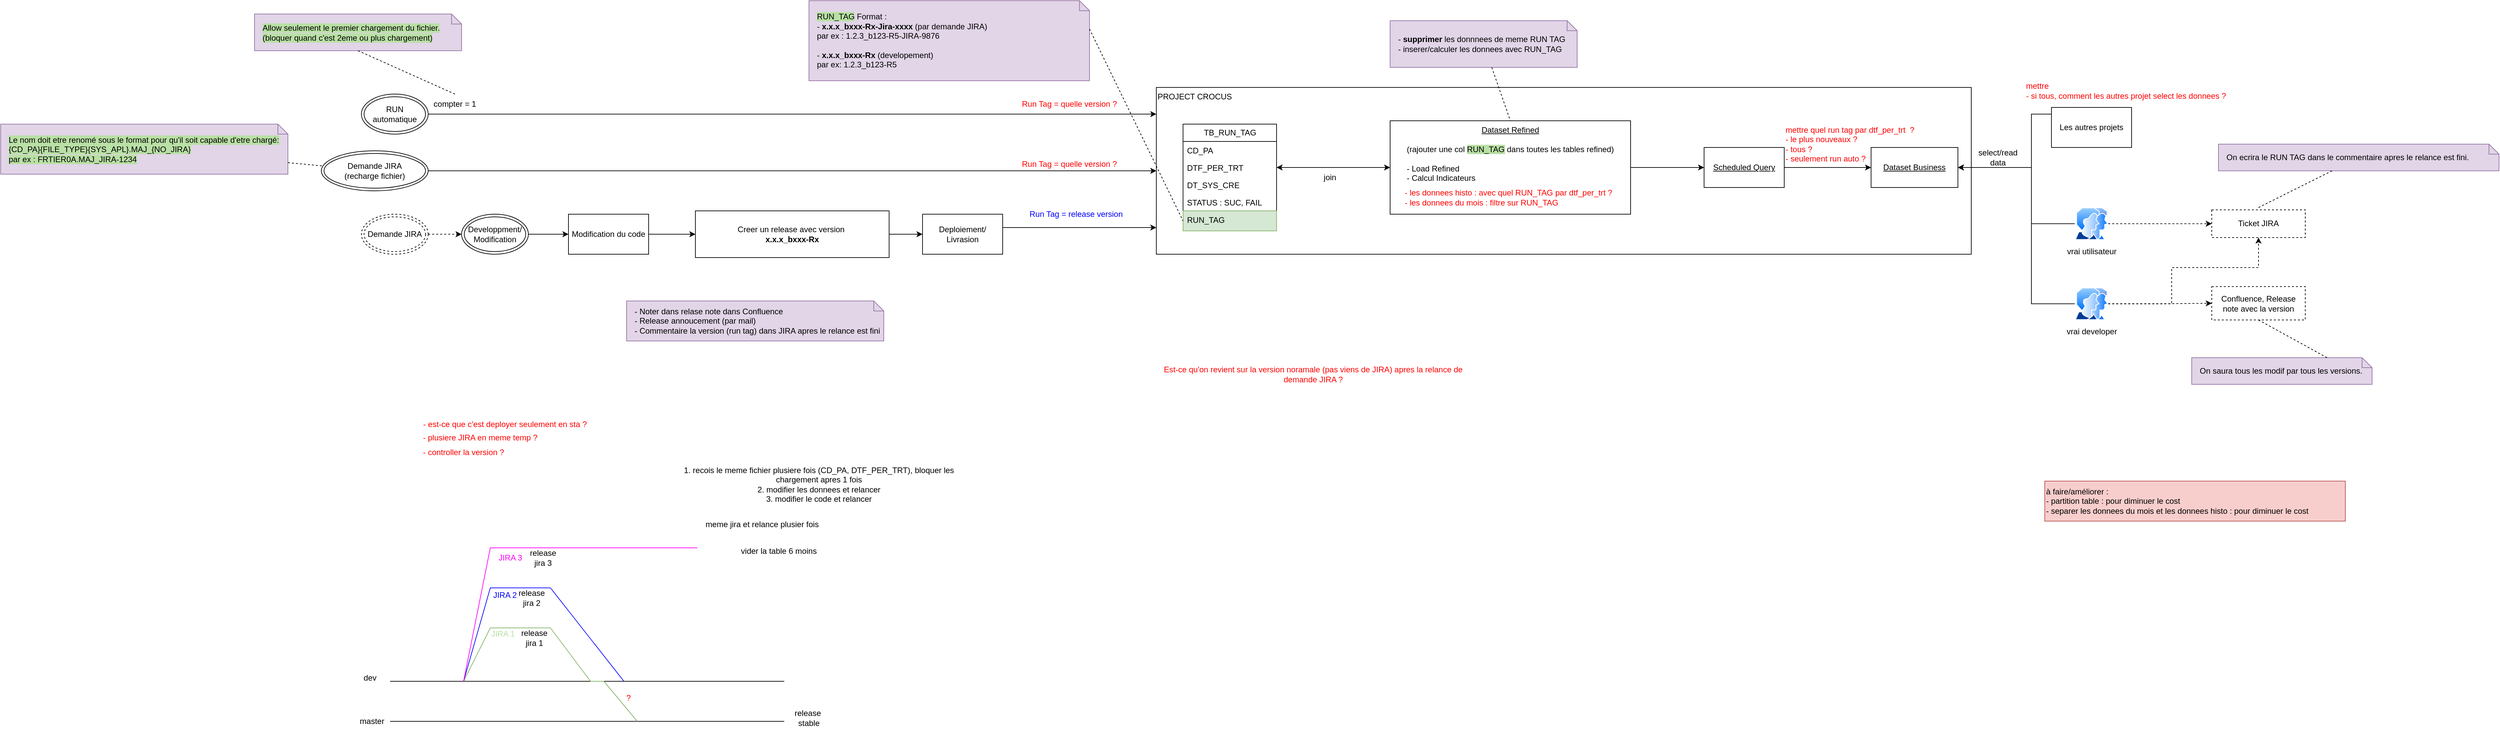
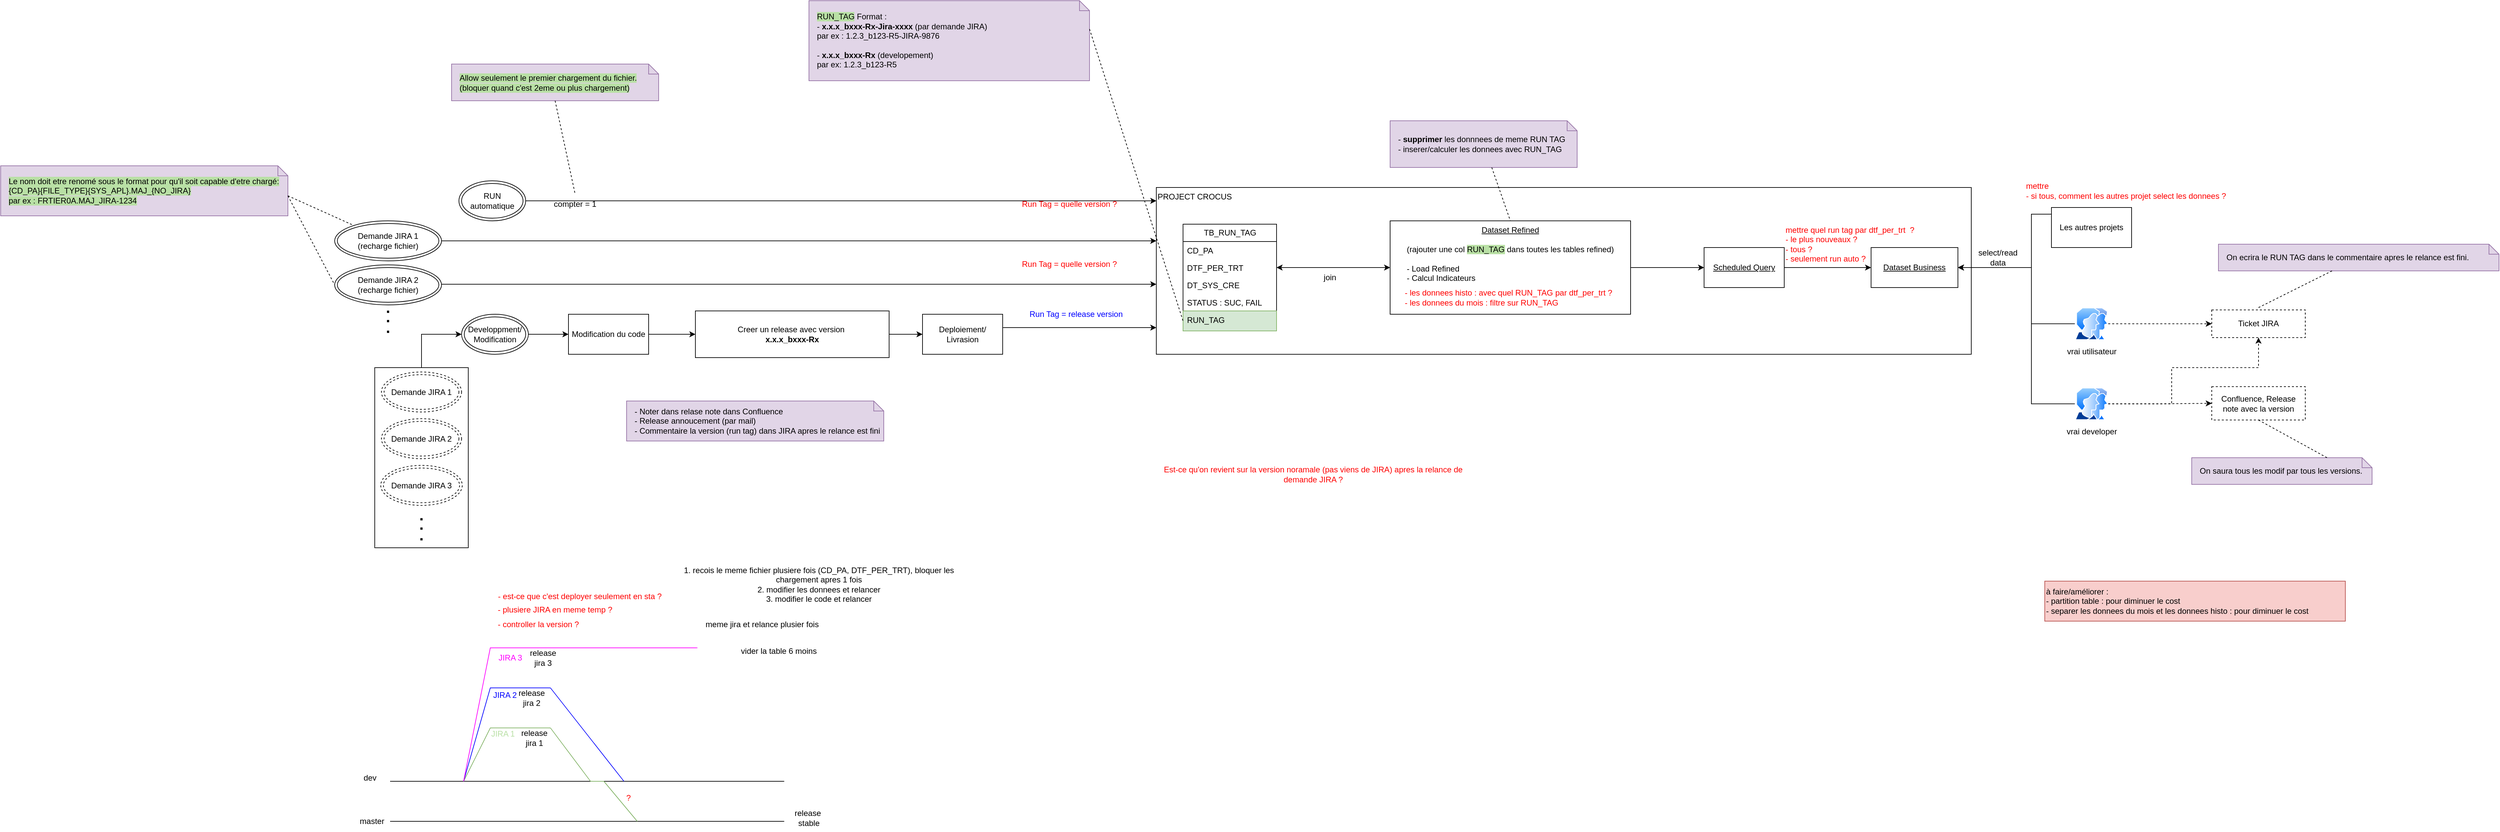
<mxfile host="app.diagrams.net">
  <diagram name="Page-1" id="bEAYSmEDHXBXhFzCy1HB">
-     <mxGraphModel dx="3060" dy="780" grid="1" gridSize="10" guides="1" tooltips="1" connect="1" arrows="1" fold="1" page="1" pageScale="1" pageWidth="827" pageHeight="1169" math="0" shadow="0">
+     <mxGraphModel dx="3308" dy="2087" grid="1" gridSize="10" guides="1" tooltips="1" connect="1" arrows="1" fold="1" page="1" pageScale="1" pageWidth="827" pageHeight="1169" math="0" shadow="0">
      <root>
        <mxCell id="0" />
        <mxCell id="1" parent="0" />
+         <mxCell id="cKu8MT6L8Fp_BZaxLZj7-22" edge="1" parent="1" source="cKu8MT6L8Fp_BZaxLZj7-16" style="edgeStyle=orthogonalEdgeStyle;rounded=0;orthogonalLoop=1;jettySize=auto;html=1;entryX=0;entryY=0.5;entryDx=0;entryDy=0;" target="QUzsFoNl6aFI_2ed8XXq-33">
+           <mxGeometry relative="1" as="geometry" />
+         </mxCell>
+         <mxCell id="cKu8MT6L8Fp_BZaxLZj7-16" parent="1" style="rounded=0;whiteSpace=wrap;html=1;" value="" vertex="1">
+           <mxGeometry height="270" width="140" x="-790" y="410" as="geometry" />
+         </mxCell>
        <mxCell id="QUzsFoNl6aFI_2ed8XXq-13" parent="1" style="rounded=0;whiteSpace=wrap;html=1;align=left;verticalAlign=top;" value="PROJECT CROCUS" vertex="1">
          <mxGeometry height="250" width="1220" x="380" y="140" as="geometry" />
        </mxCell>
        <mxCell id="QUzsFoNl6aFI_2ed8XXq-1" parent="1" style="swimlane;fontStyle=0;childLayout=stackLayout;horizontal=1;startSize=26;fillColor=none;horizontalStack=0;resizeParent=1;resizeParentMax=0;resizeLast=0;collapsible=1;marginBottom=0;html=1;" value="TB_RUN_TAG" vertex="1">
          <mxGeometry height="160" width="140" x="420" y="195" as="geometry" />
        </mxCell>
        <mxCell id="QUzsFoNl6aFI_2ed8XXq-2" parent="QUzsFoNl6aFI_2ed8XXq-1" style="text;strokeColor=none;fillColor=none;align=left;verticalAlign=top;spacingLeft=4;spacingRight=4;overflow=hidden;rotatable=0;points=[[0,0.5],[1,0.5]];portConstraint=eastwest;whiteSpace=wrap;html=1;" value="CD_PA" vertex="1">
          <mxGeometry height="26" width="140" y="26" as="geometry" />
        </mxCell>
        <mxCell id="QUzsFoNl6aFI_2ed8XXq-3" parent="QUzsFoNl6aFI_2ed8XXq-1" style="text;strokeColor=none;fillColor=none;align=left;verticalAlign=top;spacingLeft=4;spacingRight=4;overflow=hidden;rotatable=0;points=[[0,0.5],[1,0.5]];portConstraint=eastwest;whiteSpace=wrap;html=1;" value="DTF_PER_TRT" vertex="1">
          <mxGeometry height="26" width="140" y="52" as="geometry" />
        </mxCell>
        <mxCell id="QUzsFoNl6aFI_2ed8XXq-4" parent="QUzsFoNl6aFI_2ed8XXq-1" style="text;strokeColor=none;fillColor=none;align=left;verticalAlign=top;spacingLeft=4;spacingRight=4;overflow=hidden;rotatable=0;points=[[0,0.5],[1,0.5]];portConstraint=eastwest;whiteSpace=wrap;html=1;" value="DT_SYS_CRE" vertex="1">
          <mxGeometry height="26" width="140" y="78" as="geometry" />
        </mxCell>
        <mxCell id="QUzsFoNl6aFI_2ed8XXq-105" parent="QUzsFoNl6aFI_2ed8XXq-1" style="text;strokeColor=none;fillColor=none;align=left;verticalAlign=top;spacingLeft=4;spacingRight=4;overflow=hidden;rotatable=0;points=[[0,0.5],[1,0.5]];portConstraint=eastwest;whiteSpace=wrap;html=1;" value="STATUS : SUC, FAIL" vertex="1">
          <mxGeometry height="26" width="140" y="104" as="geometry" />
        </mxCell>
        <mxCell id="QUzsFoNl6aFI_2ed8XXq-5" parent="QUzsFoNl6aFI_2ed8XXq-1" style="text;strokeColor=#82b366;fillColor=#d5e8d4;align=left;verticalAlign=top;spacingLeft=4;spacingRight=4;overflow=hidden;rotatable=0;points=[[0,0.5],[1,0.5]];portConstraint=eastwest;whiteSpace=wrap;html=1;" value="RUN_TAG" vertex="1">
          <mxGeometry height="30" width="140" y="130" as="geometry" />
        </mxCell>
        <mxCell id="QUzsFoNl6aFI_2ed8XXq-7" parent="1" style="shape=note;size=15;align=left;spacingLeft=10;html=1;whiteSpace=wrap;fillColor=#e1d5e7;strokeColor=#9673a6;" value="&lt;span style=&quot;background-color: rgb(185, 224, 165);&quot;&gt;RUN_TAG&lt;/span&gt; Format :&amp;nbsp;&lt;div&gt;- &lt;b&gt;x.x.x_bxxx-Rx-Jira-xxxx&lt;/b&gt; (par demande JIRA)&amp;nbsp;&lt;/div&gt;&lt;div&gt;par ex : 1.2.3_b123-R5-JIRA-9876&lt;/div&gt;&lt;div&gt;&lt;br&gt;&lt;/div&gt;&lt;div&gt;-&lt;b&gt; x.x.x_bxxx-Rx&lt;/b&gt; (developement)&lt;/div&gt;&lt;div&gt;&lt;span style=&quot;background-color: transparent; color: light-dark(rgb(0, 0, 0), rgb(255, 255, 255));&quot;&gt;par ex: 1.2.3_b123-R5&lt;/span&gt;&lt;/div&gt;" vertex="1">
-           <mxGeometry height="120" width="420" x="-140" y="10" as="geometry" />
+           <mxGeometry height="120" width="420" x="-140" y="-140" as="geometry" />
        </mxCell>
        <mxCell id="QUzsFoNl6aFI_2ed8XXq-8" edge="1" parent="1" source="QUzsFoNl6aFI_2ed8XXq-7" style="edgeStyle=none;endArrow=none;exitX=0;exitY=0;dashed=1;html=1;rounded=0;entryX=0;entryY=0.5;entryDx=0;entryDy=0;exitDx=420;exitDy=42.5;exitPerimeter=0;" target="QUzsFoNl6aFI_2ed8XXq-5" value="">
          <mxGeometry relative="1" x="1" as="geometry">
            <mxPoint x="590" y="660" as="targetPoint" />
          </mxGeometry>
        </mxCell>
        <mxCell id="QUzsFoNl6aFI_2ed8XXq-10" parent="1" style="rounded=0;whiteSpace=wrap;html=1;dashed=1;" value="Confluence, Release note avec la v&lt;span style=&quot;background-color: transparent; color: light-dark(rgb(0, 0, 0), rgb(255, 255, 255));&quot;&gt;ersion&lt;/span&gt;" vertex="1">
          <mxGeometry height="50" width="140" x="1960" y="438.5" as="geometry" />
        </mxCell>
        <mxCell id="QUzsFoNl6aFI_2ed8XXq-11" parent="1" style="rounded=0;whiteSpace=wrap;html=1;dashed=1;" value="Ticket JIRA" vertex="1">
          <mxGeometry height="41.5" width="140" x="1960" y="323.5" as="geometry" />
        </mxCell>
        <mxCell id="QUzsFoNl6aFI_2ed8XXq-42" edge="1" parent="1" source="QUzsFoNl6aFI_2ed8XXq-12" style="edgeStyle=orthogonalEdgeStyle;rounded=0;orthogonalLoop=1;jettySize=auto;html=1;entryX=1;entryY=0.5;entryDx=0;entryDy=0;startArrow=classic;startFill=1;" target="QUzsFoNl6aFI_2ed8XXq-3">
          <mxGeometry relative="1" as="geometry" />
        </mxCell>
        <mxCell id="QUzsFoNl6aFI_2ed8XXq-50" edge="1" parent="1" source="QUzsFoNl6aFI_2ed8XXq-12" style="edgeStyle=orthogonalEdgeStyle;rounded=0;orthogonalLoop=1;jettySize=auto;html=1;" target="QUzsFoNl6aFI_2ed8XXq-46">
          <mxGeometry relative="1" as="geometry">
            <Array as="points" />
          </mxGeometry>
        </mxCell>
        <mxCell id="QUzsFoNl6aFI_2ed8XXq-12" parent="1" style="rounded=0;whiteSpace=wrap;html=1;verticalAlign=top;" value="&lt;u&gt;Dataset Refined&lt;/u&gt;&lt;div&gt;&lt;u&gt;&lt;br&gt;&lt;/u&gt;&lt;div&gt;(rajouter une col &lt;span style=&quot;background-color: rgb(185, 224, 165);&quot;&gt;RUN_TAG&lt;/span&gt;&lt;span&gt; &lt;/span&gt;dans toutes les tables refined)&lt;/div&gt;&lt;div&gt;&lt;br&gt;&lt;/div&gt;&lt;div style=&quot;text-align: left;&quot;&gt;- Load Refined&amp;nbsp; &amp;nbsp; &amp;nbsp; &amp;nbsp;&lt;/div&gt;&lt;div style=&quot;text-align: left;&quot;&gt;- Calcul Indicateurs&lt;/div&gt;&lt;/div&gt;" vertex="1">
          <mxGeometry height="140" width="360" x="730" y="190" as="geometry" />
        </mxCell>
        <mxCell id="QUzsFoNl6aFI_2ed8XXq-27" edge="1" parent="1" source="QUzsFoNl6aFI_2ed8XXq-33" style="edgeStyle=orthogonalEdgeStyle;rounded=0;orthogonalLoop=1;jettySize=auto;html=1;entryX=0;entryY=0.5;entryDx=0;entryDy=0;" target="QUzsFoNl6aFI_2ed8XXq-23">
          <mxGeometry relative="1" as="geometry">
            <mxPoint x="-740" y="175" as="sourcePoint" />
          </mxGeometry>
        </mxCell>
        <mxCell id="QUzsFoNl6aFI_2ed8XXq-19" parent="1" style="text;html=1;whiteSpace=wrap;strokeColor=none;fillColor=none;align=center;verticalAlign=middle;rounded=0;fontColor=#0000FF;" value="&lt;font style=&quot;color: rgb(255, 0, 0);&quot;&gt;Run Tag = quelle version ?&lt;/font&gt;" vertex="1">
          <mxGeometry height="30" width="200" x="150" y="240" as="geometry" />
        </mxCell>
        <mxCell id="QUzsFoNl6aFI_2ed8XXq-28" edge="1" parent="1" source="QUzsFoNl6aFI_2ed8XXq-23" style="edgeStyle=orthogonalEdgeStyle;rounded=0;orthogonalLoop=1;jettySize=auto;html=1;" target="QUzsFoNl6aFI_2ed8XXq-25">
          <mxGeometry relative="1" as="geometry" />
        </mxCell>
        <mxCell id="QUzsFoNl6aFI_2ed8XXq-23" parent="1" style="rounded=0;whiteSpace=wrap;html=1;" value="Modification du code" vertex="1">
          <mxGeometry height="60" width="120" x="-500" y="330" as="geometry" />
        </mxCell>
        <mxCell id="QUzsFoNl6aFI_2ed8XXq-31" edge="1" parent="1" source="QUzsFoNl6aFI_2ed8XXq-24" style="edgeStyle=orthogonalEdgeStyle;rounded=0;orthogonalLoop=1;jettySize=auto;html=1;" target="QUzsFoNl6aFI_2ed8XXq-13">
          <mxGeometry relative="1" as="geometry">
            <Array as="points">
              <mxPoint x="230" y="350" />
              <mxPoint x="230" y="350" />
            </Array>
          </mxGeometry>
        </mxCell>
        <mxCell id="QUzsFoNl6aFI_2ed8XXq-24" parent="1" style="rounded=0;whiteSpace=wrap;html=1;" value="Deploiement/ Livrasion" vertex="1">
          <mxGeometry height="60" width="120" x="30" y="330" as="geometry" />
        </mxCell>
        <mxCell id="QUzsFoNl6aFI_2ed8XXq-30" edge="1" parent="1" source="QUzsFoNl6aFI_2ed8XXq-25" style="edgeStyle=orthogonalEdgeStyle;rounded=0;orthogonalLoop=1;jettySize=auto;html=1;entryX=0;entryY=0.5;entryDx=0;entryDy=0;" target="QUzsFoNl6aFI_2ed8XXq-24">
          <mxGeometry relative="1" as="geometry" />
        </mxCell>
        <mxCell id="QUzsFoNl6aFI_2ed8XXq-25" parent="1" style="rounded=0;whiteSpace=wrap;html=1;" value="Creer un release avec version&amp;nbsp;&lt;div&gt;&lt;span style=&quot;text-align: left;&quot;&gt;&lt;b&gt;x.x.x_bxxx-Rx&lt;/b&gt;&lt;/span&gt;&lt;/div&gt;" vertex="1">
          <mxGeometry height="70" width="290" x="-310" y="325" as="geometry" />
        </mxCell>
        <mxCell id="QUzsFoNl6aFI_2ed8XXq-33" parent="1" style="ellipse;shape=doubleEllipse;whiteSpace=wrap;html=1;" value="Developpment/&lt;div&gt;Modification&lt;/div&gt;" vertex="1">
          <mxGeometry height="60" width="100" x="-660" y="330" as="geometry" />
        </mxCell>
-         <mxCell id="cKu8MT6L8Fp_BZaxLZj7-5" edge="1" parent="1" source="QUzsFoNl6aFI_2ed8XXq-34" style="edgeStyle=orthogonalEdgeStyle;rounded=0;orthogonalLoop=1;jettySize=auto;html=1;" target="QUzsFoNl6aFI_2ed8XXq-13">
-           <mxGeometry relative="1" as="geometry">
-             <Array as="points">
-               <mxPoint x="-190" y="265" />
-               <mxPoint x="-190" y="265" />
-             </Array>
-           </mxGeometry>
-         </mxCell>
-         <mxCell id="QUzsFoNl6aFI_2ed8XXq-34" parent="1" style="ellipse;shape=doubleEllipse;whiteSpace=wrap;html=1;" value="Demande JIRA&lt;div&gt;(recharge fichier)&lt;/div&gt;" vertex="1">
-           <mxGeometry height="60" width="160" x="-870" y="235" as="geometry" />
-         </mxCell>
-         <mxCell id="QUzsFoNl6aFI_2ed8XXq-36" edge="1" parent="1" source="QUzsFoNl6aFI_2ed8XXq-35" style="edgeStyle=orthogonalEdgeStyle;rounded=0;orthogonalLoop=1;jettySize=auto;html=1;" target="QUzsFoNl6aFI_2ed8XXq-13">
-           <mxGeometry relative="1" as="geometry">
-             <Array as="points">
-               <mxPoint x="110" y="180" />
-               <mxPoint x="110" y="180" />
-             </Array>
+         <mxCell id="cKu8MT6L8Fp_BZaxLZj7-5" edge="1" parent="1" style="edgeStyle=orthogonalEdgeStyle;rounded=0;orthogonalLoop=1;jettySize=auto;html=1;">
+           <mxGeometry relative="1" as="geometry">
+             <Array as="points">
+               <mxPoint x="-470" y="285" />
+               <mxPoint x="-470" y="285" />
+             </Array>
+             <mxPoint x="-690.0000000000005" y="285" as="sourcePoint" />
+             <mxPoint x="380" y="285" as="targetPoint" />
+           </mxGeometry>
+         </mxCell>
+         <mxCell id="QUzsFoNl6aFI_2ed8XXq-34" parent="1" style="ellipse;shape=doubleEllipse;whiteSpace=wrap;html=1;" value="Demande JIRA 2&lt;div&gt;(recharge fichier)&lt;/div&gt;" vertex="1">
+           <mxGeometry height="60" width="160" x="-850" y="256" as="geometry" />
+         </mxCell>
+         <mxCell id="QUzsFoNl6aFI_2ed8XXq-36" edge="1" parent="1" source="QUzsFoNl6aFI_2ed8XXq-35" style="edgeStyle=orthogonalEdgeStyle;rounded=0;orthogonalLoop=1;jettySize=auto;html=1;">
+           <mxGeometry relative="1" as="geometry">
+             <Array as="points">
+               <mxPoint x="110" y="160" />
+               <mxPoint x="110" y="160" />
+             </Array>
+             <mxPoint x="380" y="160.0588235294117" as="targetPoint" />
          </mxGeometry>
        </mxCell>
        <mxCell id="QUzsFoNl6aFI_2ed8XXq-35" parent="1" style="ellipse;shape=doubleEllipse;whiteSpace=wrap;html=1;" value="RUN automatique" vertex="1">
-           <mxGeometry height="60" width="100" x="-810" y="150" as="geometry" />
+           <mxGeometry height="60" width="100" x="-664" y="130" as="geometry" />
        </mxCell>
        <mxCell id="QUzsFoNl6aFI_2ed8XXq-37" parent="1" style="text;html=1;whiteSpace=wrap;strokeColor=none;fillColor=none;align=center;verticalAlign=middle;rounded=0;fontColor=#0000FF;" value="Run Tag = release version" vertex="1">
          <mxGeometry height="30" width="200" x="160" y="315" as="geometry" />
        </mxCell>
        <mxCell id="QUzsFoNl6aFI_2ed8XXq-38" parent="1" style="shape=note;size=15;align=left;spacingLeft=10;html=1;whiteSpace=wrap;fillColor=#e1d5e7;strokeColor=#9673a6;" value="- Noter dans relase note dans Confluence&lt;div&gt;- Release annoucement (par mail)&lt;/div&gt;&lt;div&gt;- Commentaire la version (run tag) dans JIRA apres le relance est fini&lt;/div&gt;" vertex="1">
          <mxGeometry height="60" width="385" x="-413" y="460" as="geometry" />
        </mxCell>
        <mxCell id="QUzsFoNl6aFI_2ed8XXq-40" parent="1" style="shape=note;size=15;align=left;spacingLeft=10;html=1;whiteSpace=wrap;fillColor=#e1d5e7;strokeColor=#9673a6;" value="- &lt;b&gt;supprimer &lt;/b&gt;les donnnees de meme RUN TAG&lt;div&gt;- inserer/calculer les donnees avec RUN_TAG&lt;/div&gt;" vertex="1">
          <mxGeometry height="70" width="280" x="730" y="40" as="geometry" />
        </mxCell>
        <mxCell id="QUzsFoNl6aFI_2ed8XXq-41" edge="1" parent="1" source="QUzsFoNl6aFI_2ed8XXq-40" style="edgeStyle=none;endArrow=none;dashed=1;html=1;rounded=0;entryX=0.5;entryY=0;entryDx=0;entryDy=0;" target="QUzsFoNl6aFI_2ed8XXq-12" value="">
          <mxGeometry relative="1" x="1" as="geometry">
            <mxPoint x="720" y="650" as="sourcePoint" />
            <mxPoint x="772" y="500" as="targetPoint" />
          </mxGeometry>
        </mxCell>
        <mxCell id="QUzsFoNl6aFI_2ed8XXq-43" parent="1" style="text;html=1;whiteSpace=wrap;strokeColor=none;fillColor=none;align=left;verticalAlign=middle;rounded=0;" value="&lt;font style=&quot;color: rgb(255, 0, 0);&quot;&gt;- les donnees histo : avec quel RUN_TAG par dtf_per_trt ?&lt;/font&gt;&lt;div&gt;&lt;font style=&quot;color: rgb(255, 0, 0);&quot;&gt;- les donnees du mois : f&lt;/font&gt;&lt;span style=&quot;color: light-dark(rgb(255, 0, 0), rgb(255, 144, 144)); background-color: transparent;&quot;&gt;iltre sur RUN_TAG&lt;/span&gt;&lt;/div&gt;" vertex="1">
          <mxGeometry height="30" width="330" x="750" y="290" as="geometry" />
        </mxCell>
        <mxCell id="QUzsFoNl6aFI_2ed8XXq-45" parent="1" style="rounded=0;whiteSpace=wrap;html=1;" value="&lt;u&gt;Dataset Business&lt;/u&gt;" vertex="1">
          <mxGeometry height="60" width="130" x="1450" y="230" as="geometry" />
        </mxCell>
        <mxCell id="QUzsFoNl6aFI_2ed8XXq-48" edge="1" parent="1" source="QUzsFoNl6aFI_2ed8XXq-46" style="edgeStyle=orthogonalEdgeStyle;rounded=0;orthogonalLoop=1;jettySize=auto;html=1;" target="QUzsFoNl6aFI_2ed8XXq-45">
          <mxGeometry relative="1" as="geometry" />
        </mxCell>
        <mxCell id="QUzsFoNl6aFI_2ed8XXq-46" parent="1" style="rounded=0;whiteSpace=wrap;html=1;" value="&lt;u&gt;Scheduled Query&lt;/u&gt;" vertex="1">
          <mxGeometry height="60" width="120" x="1200" y="230" as="geometry" />
        </mxCell>
        <mxCell id="QUzsFoNl6aFI_2ed8XXq-51" parent="1" style="text;html=1;whiteSpace=wrap;strokeColor=none;fillColor=none;align=left;verticalAlign=middle;rounded=0;fontColor=#FF0000;" value="mettre quel run tag par dtf_per_trt&amp;nbsp;&amp;nbsp;?&amp;nbsp;&lt;div&gt;- le plus nouveaux ?&lt;/div&gt;&lt;div&gt;- tous ?&lt;/div&gt;&lt;div&gt;- seulement run auto ?&lt;/div&gt;" vertex="1">
          <mxGeometry height="30" width="370" x="1320" y="210" as="geometry" />
        </mxCell>
        <mxCell id="QUzsFoNl6aFI_2ed8XXq-59" edge="1" parent="1" source="QUzsFoNl6aFI_2ed8XXq-52" style="edgeStyle=orthogonalEdgeStyle;rounded=0;orthogonalLoop=1;jettySize=auto;html=1;entryX=1;entryY=0.5;entryDx=0;entryDy=0;" target="QUzsFoNl6aFI_2ed8XXq-45">
          <mxGeometry relative="1" as="geometry">
            <Array as="points">
              <mxPoint x="1690" y="180" />
              <mxPoint x="1690" y="260" />
            </Array>
          </mxGeometry>
        </mxCell>
        <mxCell id="QUzsFoNl6aFI_2ed8XXq-52" parent="1" style="rounded=0;whiteSpace=wrap;html=1;" value="Les autres projets" vertex="1">
          <mxGeometry height="60" width="120" x="1720" y="170" as="geometry" />
        </mxCell>
        <mxCell id="QUzsFoNl6aFI_2ed8XXq-58" edge="1" parent="1" source="QUzsFoNl6aFI_2ed8XXq-57" style="edgeStyle=orthogonalEdgeStyle;rounded=0;orthogonalLoop=1;jettySize=auto;html=1;entryX=1;entryY=0.5;entryDx=0;entryDy=0;" target="QUzsFoNl6aFI_2ed8XXq-45">
          <mxGeometry relative="1" as="geometry">
            <Array as="points">
              <mxPoint x="1690" y="344" />
              <mxPoint x="1690" y="260" />
            </Array>
          </mxGeometry>
        </mxCell>
        <mxCell id="QUzsFoNl6aFI_2ed8XXq-65" edge="1" parent="1" source="QUzsFoNl6aFI_2ed8XXq-57" style="edgeStyle=orthogonalEdgeStyle;rounded=0;orthogonalLoop=1;jettySize=auto;html=1;dashed=1;" target="QUzsFoNl6aFI_2ed8XXq-11">
          <mxGeometry relative="1" as="geometry" />
        </mxCell>
        <mxCell id="QUzsFoNl6aFI_2ed8XXq-57" parent="1" style="image;aspect=fixed;perimeter=ellipsePerimeter;html=1;align=center;shadow=0;dashed=0;spacingTop=3;image=img/lib/active_directory/user_accounts.svg;" value="vrai utilisateur" vertex="1">
          <mxGeometry height="48.5" width="50" x="1755" y="320" as="geometry" />
        </mxCell>
        <mxCell id="QUzsFoNl6aFI_2ed8XXq-60" parent="1" style="text;html=1;whiteSpace=wrap;strokeColor=none;fillColor=none;align=center;verticalAlign=middle;rounded=0;" value="select/read data" vertex="1">
          <mxGeometry height="30" width="60" x="1610" y="230" as="geometry" />
        </mxCell>
        <mxCell id="QUzsFoNl6aFI_2ed8XXq-63" edge="1" parent="1" source="QUzsFoNl6aFI_2ed8XXq-62" style="edgeStyle=orthogonalEdgeStyle;rounded=0;orthogonalLoop=1;jettySize=auto;html=1;entryX=1;entryY=0.5;entryDx=0;entryDy=0;" target="QUzsFoNl6aFI_2ed8XXq-45">
          <mxGeometry relative="1" as="geometry">
            <Array as="points">
              <mxPoint x="1690" y="464" />
              <mxPoint x="1690" y="260" />
            </Array>
          </mxGeometry>
        </mxCell>
        <mxCell id="QUzsFoNl6aFI_2ed8XXq-66" edge="1" parent="1" source="QUzsFoNl6aFI_2ed8XXq-62" style="edgeStyle=orthogonalEdgeStyle;rounded=0;orthogonalLoop=1;jettySize=auto;html=1;dashed=1;" target="QUzsFoNl6aFI_2ed8XXq-10">
          <mxGeometry relative="1" as="geometry" />
        </mxCell>
        <mxCell id="QUzsFoNl6aFI_2ed8XXq-68" edge="1" parent="1" source="QUzsFoNl6aFI_2ed8XXq-62" style="edgeStyle=orthogonalEdgeStyle;rounded=0;orthogonalLoop=1;jettySize=auto;html=1;entryX=0.5;entryY=1;entryDx=0;entryDy=0;dashed=1;" target="QUzsFoNl6aFI_2ed8XXq-11">
          <mxGeometry relative="1" as="geometry">
            <Array as="points">
              <mxPoint x="1900" y="464" />
              <mxPoint x="1900" y="410" />
              <mxPoint x="2030" y="410" />
            </Array>
          </mxGeometry>
        </mxCell>
        <mxCell id="QUzsFoNl6aFI_2ed8XXq-62" parent="1" style="image;aspect=fixed;perimeter=ellipsePerimeter;html=1;align=center;shadow=0;dashed=0;spacingTop=3;image=img/lib/active_directory/user_accounts.svg;" value="vrai developer" vertex="1">
          <mxGeometry height="48.5" width="50" x="1755" y="440" as="geometry" />
        </mxCell>
        <mxCell id="QUzsFoNl6aFI_2ed8XXq-69" parent="1" style="shape=note;size=15;align=left;spacingLeft=10;html=1;whiteSpace=wrap;fillColor=#e1d5e7;strokeColor=#9673a6;" value="On ecrira le RUN TAG dans le commentaire apres le relance est fini." vertex="1">
          <mxGeometry height="40" width="420" x="1970" y="225" as="geometry" />
        </mxCell>
        <mxCell id="QUzsFoNl6aFI_2ed8XXq-70" edge="1" parent="1" source="QUzsFoNl6aFI_2ed8XXq-69" style="edgeStyle=none;endArrow=none;dashed=1;html=1;rounded=0;" value="">
          <mxGeometry relative="1" x="1" as="geometry">
            <mxPoint x="970" y="210" as="sourcePoint" />
            <mxPoint x="2030" y="320" as="targetPoint" />
          </mxGeometry>
        </mxCell>
        <mxCell id="QUzsFoNl6aFI_2ed8XXq-71" parent="1" style="shape=note;size=15;align=left;spacingLeft=10;html=1;whiteSpace=wrap;fillColor=#e1d5e7;strokeColor=#9673a6;" value="On saura tous les modif par tous les versions." vertex="1">
          <mxGeometry height="40" width="270" x="1930" y="545" as="geometry" />
        </mxCell>
        <mxCell id="QUzsFoNl6aFI_2ed8XXq-72" edge="1" parent="1" source="QUzsFoNl6aFI_2ed8XXq-71" style="edgeStyle=none;endArrow=none;dashed=1;html=1;rounded=0;entryX=0.5;entryY=1;entryDx=0;entryDy=0;exitX=0;exitY=0;exitDx=202.5;exitDy=0;exitPerimeter=0;" target="QUzsFoNl6aFI_2ed8XXq-10" value="">
          <mxGeometry relative="1" x="1" as="geometry">
            <mxPoint x="2180" y="470" as="sourcePoint" />
            <mxPoint x="2070" y="525" as="targetPoint" />
          </mxGeometry>
        </mxCell>
        <mxCell id="QUzsFoNl6aFI_2ed8XXq-73" parent="1" style="text;html=1;whiteSpace=wrap;strokeColor=none;fillColor=none;align=left;verticalAlign=middle;rounded=0;fontColor=#FF0000;" value="mettre&amp;nbsp;&lt;div&gt;&lt;span style=&quot;background-color: transparent; color: light-dark(rgb(255, 0, 0), rgb(255, 144, 144));&quot;&gt;- si tous, comment les autres projet select les donnees ?&lt;/span&gt;&lt;/div&gt;" vertex="1">
          <mxGeometry height="30" width="370" x="1680" y="130" as="geometry" />
        </mxCell>
        <mxCell id="QUzsFoNl6aFI_2ed8XXq-74" parent="1" style="rounded=0;whiteSpace=wrap;html=1;align=left;fillColor=#f8cecc;strokeColor=#b85450;" value="à faire/améliorer :&lt;div&gt;- partition table : pour diminuer le cost&lt;/div&gt;&lt;div&gt;- separer les donnees du mois et les donnees histo&amp;nbsp;&lt;span style=&quot;background-color: transparent; color: light-dark(rgb(0, 0, 0), rgb(255, 255, 255));&quot;&gt;: pour diminuer le cost&lt;/span&gt;&lt;/div&gt;" vertex="1">
          <mxGeometry height="60" width="450" x="1710" y="730" as="geometry" />
        </mxCell>
        <mxCell id="QUzsFoNl6aFI_2ed8XXq-76" parent="1" style="text;html=1;whiteSpace=wrap;strokeColor=none;fillColor=none;align=center;verticalAlign=middle;rounded=0;" value="join" vertex="1">
          <mxGeometry height="30" width="60" x="610" y="260" as="geometry" />
        </mxCell>
        <mxCell id="QUzsFoNl6aFI_2ed8XXq-77" parent="1" style="text;html=1;whiteSpace=wrap;strokeColor=none;fillColor=none;align=center;verticalAlign=middle;rounded=0;fontColor=#FF0000;" value="Est-ce qu&#39;on revient sur la version noramale (pas viens de JIRA) apres la relance de demande JIRA ?" vertex="1">
          <mxGeometry height="30" width="470" x="380" y="555" as="geometry" />
        </mxCell>
        <mxCell id="QUzsFoNl6aFI_2ed8XXq-78" parent="1" style="text;html=1;whiteSpace=wrap;strokeColor=none;fillColor=none;align=center;verticalAlign=middle;rounded=0;fontColor=#FF0000;" value="- est-ce que c&#39;est deployer seulement en sta ?" vertex="1">
-           <mxGeometry height="30" width="290" x="-740" y="630" as="geometry" />
+           <mxGeometry height="30" width="290" x="-628" y="738" as="geometry" />
        </mxCell>
        <mxCell id="QUzsFoNl6aFI_2ed8XXq-79" parent="1" style="text;html=1;whiteSpace=wrap;strokeColor=none;fillColor=none;align=center;verticalAlign=middle;rounded=0;fontColor=#FF0000;" value="- plusiere JIRA en meme temp ?" vertex="1">
-           <mxGeometry height="30" width="290" x="-777" y="650" as="geometry" />
+           <mxGeometry height="30" width="290" x="-665" y="758" as="geometry" />
        </mxCell>
        <mxCell id="QUzsFoNl6aFI_2ed8XXq-80" parent="1" style="text;html=1;whiteSpace=wrap;strokeColor=none;fillColor=none;align=center;verticalAlign=middle;rounded=0;fontColor=#FF0000;" value="- controller la version ?" vertex="1">
-           <mxGeometry height="30" width="290" x="-802" y="672" as="geometry" />
+           <mxGeometry height="30" width="290" x="-690" y="780" as="geometry" />
        </mxCell>
        <mxCell id="QUzsFoNl6aFI_2ed8XXq-81" edge="1" parent="1" style="endArrow=none;html=1;rounded=0;" value="">
          <mxGeometry height="50" relative="1" width="50" as="geometry">
            <mxPoint x="-767" y="1030" as="sourcePoint" />
            <mxPoint x="-177" y="1030" as="targetPoint" />
          </mxGeometry>
        </mxCell>
        <mxCell id="QUzsFoNl6aFI_2ed8XXq-83" edge="1" parent="1" style="endArrow=none;html=1;rounded=0;fillColor=#d5e8d4;strokeColor=#82b366;" value="">
          <mxGeometry height="50" relative="1" width="50" as="geometry">
            <Array as="points">
              <mxPoint x="-617" y="950" />
            </Array>
            <mxPoint x="-657" y="1030" as="sourcePoint" />
            <mxPoint x="-527" y="950" as="targetPoint" />
          </mxGeometry>
        </mxCell>
        <mxCell id="QUzsFoNl6aFI_2ed8XXq-84" parent="1" style="text;html=1;whiteSpace=wrap;strokeColor=none;fillColor=none;align=center;verticalAlign=middle;rounded=0;" value="dev" vertex="1">
          <mxGeometry height="30" width="60" x="-827" y="1010" as="geometry" />
        </mxCell>
        <mxCell id="QUzsFoNl6aFI_2ed8XXq-85" edge="1" parent="1" style="endArrow=none;html=1;rounded=0;strokeColor=#0000FF;" value="">
          <mxGeometry height="50" relative="1" width="50" as="geometry">
            <Array as="points">
              <mxPoint x="-617" y="890" />
            </Array>
            <mxPoint x="-657" y="1030" as="sourcePoint" />
            <mxPoint x="-527" y="890" as="targetPoint" />
          </mxGeometry>
        </mxCell>
        <mxCell id="QUzsFoNl6aFI_2ed8XXq-86" edge="1" parent="1" style="endArrow=none;html=1;rounded=0;strokeColor=#FF00FF;" value="">
          <mxGeometry height="50" relative="1" width="50" as="geometry">
            <Array as="points">
              <mxPoint x="-617" y="830" />
            </Array>
            <mxPoint x="-657" y="1030" as="sourcePoint" />
            <mxPoint x="-307" y="830" as="targetPoint" />
          </mxGeometry>
        </mxCell>
        <mxCell id="QUzsFoNl6aFI_2ed8XXq-87" parent="1" style="text;html=1;whiteSpace=wrap;strokeColor=none;fillColor=none;align=center;verticalAlign=middle;rounded=0;fontColor=#B9E0A5;" value="JIRA 1" vertex="1">
          <mxGeometry height="30" width="60" x="-628" y="944" as="geometry" />
        </mxCell>
        <mxCell id="QUzsFoNl6aFI_2ed8XXq-88" parent="1" style="text;html=1;whiteSpace=wrap;strokeColor=none;fillColor=none;align=center;verticalAlign=middle;rounded=0;fontColor=#0000FF;" value="JIRA 2" vertex="1">
          <mxGeometry height="30" width="60" x="-625" y="886" as="geometry" />
        </mxCell>
        <mxCell id="QUzsFoNl6aFI_2ed8XXq-89" parent="1" style="text;html=1;whiteSpace=wrap;strokeColor=none;fillColor=none;align=center;verticalAlign=middle;rounded=0;fontColor=#FF00FF;" value="JIRA 3" vertex="1">
          <mxGeometry height="30" width="60" x="-617" y="830" as="geometry" />
        </mxCell>
        <mxCell id="QUzsFoNl6aFI_2ed8XXq-90" edge="1" parent="1" style="endArrow=none;html=1;rounded=0;" value="">
          <mxGeometry height="50" relative="1" width="50" as="geometry">
            <mxPoint x="-767" y="1090" as="sourcePoint" />
            <mxPoint x="-177" y="1090" as="targetPoint" />
          </mxGeometry>
        </mxCell>
        <mxCell id="QUzsFoNl6aFI_2ed8XXq-91" parent="1" style="text;html=1;whiteSpace=wrap;strokeColor=none;fillColor=none;align=center;verticalAlign=middle;rounded=0;" value="master" vertex="1">
          <mxGeometry height="30" width="60" x="-824" y="1075" as="geometry" />
        </mxCell>
        <mxCell id="QUzsFoNl6aFI_2ed8XXq-92" edge="1" parent="1" style="endArrow=none;html=1;rounded=0;fillColor=#d5e8d4;strokeColor=#82b366;" value="">
          <mxGeometry height="50" relative="1" width="50" as="geometry">
            <mxPoint x="-527" y="950" as="sourcePoint" />
            <mxPoint x="-467" y="1030" as="targetPoint" />
          </mxGeometry>
        </mxCell>
        <mxCell id="QUzsFoNl6aFI_2ed8XXq-94" edge="1" parent="1" style="endArrow=none;html=1;rounded=0;strokeColor=#0000FF;" value="">
          <mxGeometry height="50" relative="1" width="50" as="geometry">
            <mxPoint x="-527" y="890" as="sourcePoint" />
            <mxPoint x="-417" y="1030" as="targetPoint" />
          </mxGeometry>
        </mxCell>
        <mxCell id="QUzsFoNl6aFI_2ed8XXq-95" edge="1" parent="1" style="endArrow=none;html=1;rounded=0;fillColor=#d5e8d4;strokeColor=#82b366;" value="">
          <mxGeometry height="50" relative="1" width="50" as="geometry">
            <mxPoint x="-447" y="1030" as="sourcePoint" />
            <mxPoint x="-397" y="1090" as="targetPoint" />
          </mxGeometry>
        </mxCell>
        <mxCell id="QUzsFoNl6aFI_2ed8XXq-96" edge="1" parent="1" style="endArrow=none;html=1;rounded=0;fillColor=#d5e8d4;strokeColor=#82b366;" value="">
          <mxGeometry height="50" relative="1" width="50" as="geometry">
            <mxPoint x="-467" y="1030" as="sourcePoint" />
            <mxPoint x="-447" y="1030" as="targetPoint" />
          </mxGeometry>
        </mxCell>
        <mxCell id="QUzsFoNl6aFI_2ed8XXq-98" parent="1" style="text;html=1;whiteSpace=wrap;strokeColor=none;fillColor=none;align=center;verticalAlign=middle;rounded=0;" value="release jira 2" vertex="1">
          <mxGeometry height="30" width="60" x="-585" y="890" as="geometry" />
        </mxCell>
        <mxCell id="QUzsFoNl6aFI_2ed8XXq-99" parent="1" style="text;html=1;whiteSpace=wrap;strokeColor=none;fillColor=none;align=center;verticalAlign=middle;rounded=0;" value="release jira 1" vertex="1">
          <mxGeometry height="30" width="60" x="-581" y="950" as="geometry" />
        </mxCell>
        <mxCell id="QUzsFoNl6aFI_2ed8XXq-100" parent="1" style="text;html=1;whiteSpace=wrap;strokeColor=none;fillColor=none;align=center;verticalAlign=middle;rounded=0;" value="release jira 3" vertex="1">
          <mxGeometry height="30" width="60" x="-568" y="830" as="geometry" />
        </mxCell>
        <mxCell id="QUzsFoNl6aFI_2ed8XXq-101" parent="1" style="text;html=1;whiteSpace=wrap;strokeColor=none;fillColor=none;align=center;verticalAlign=middle;rounded=0;" value="release&amp;nbsp; stable" vertex="1">
          <mxGeometry height="30" width="60" x="-170" y="1070" as="geometry" />
        </mxCell>
        <mxCell id="QUzsFoNl6aFI_2ed8XXq-103" parent="1" style="text;html=1;whiteSpace=wrap;strokeColor=none;fillColor=none;align=center;verticalAlign=middle;rounded=0;fontColor=#FF0000;" value="?" vertex="1">
          <mxGeometry height="30" width="60" x="-440" y="1040" as="geometry" />
        </mxCell>
        <mxCell id="QUzsFoNl6aFI_2ed8XXq-104" parent="1" style="text;html=1;whiteSpace=wrap;strokeColor=none;fillColor=none;align=center;verticalAlign=middle;rounded=0;" value="compter = 1" vertex="1">
-           <mxGeometry height="30" width="100" x="-720" y="150" as="geometry" />
+           <mxGeometry height="30" width="100" x="-540" y="150" as="geometry" />
        </mxCell>
        <mxCell id="QUzsFoNl6aFI_2ed8XXq-106" parent="1" style="text;html=1;whiteSpace=wrap;strokeColor=none;fillColor=none;align=center;verticalAlign=middle;rounded=0;" value="1. recois le meme fichier plusiere fois (CD_PA, DTF_PER_TRT), bloquer les chargement apres 1 fois&lt;div&gt;2. modifier les donnees et relancer&lt;/div&gt;&lt;div&gt;3. modifier le code et relancer&lt;/div&gt;" vertex="1">
          <mxGeometry height="30" width="470" x="-360" y="720" as="geometry" />
        </mxCell>
        <mxCell id="QUzsFoNl6aFI_2ed8XXq-107" parent="1" style="text;html=1;whiteSpace=wrap;strokeColor=none;fillColor=none;align=center;verticalAlign=middle;rounded=0;" value="meme jira et relance plusier fois" vertex="1">
          <mxGeometry height="30" width="240" x="-330" y="780" as="geometry" />
        </mxCell>
        <mxCell id="QUzsFoNl6aFI_2ed8XXq-108" parent="1" style="text;html=1;whiteSpace=wrap;strokeColor=none;fillColor=none;align=center;verticalAlign=middle;rounded=0;" value="vider la table 6 moins" vertex="1">
          <mxGeometry height="30" width="170" x="-270" y="820" as="geometry" />
        </mxCell>
        <mxCell id="cKu8MT6L8Fp_BZaxLZj7-1" parent="1" style="shape=note;size=15;align=left;spacingLeft=10;html=1;whiteSpace=wrap;fillColor=#e1d5e7;strokeColor=#9673a6;" value="&lt;span style=&quot;background-color: rgb(185, 224, 165);&quot;&gt;Allow seulement le premier chargement du fichier.&lt;br&gt;(bloquer quand c&#39;est 2eme ou plus chargement)&lt;/span&gt;" vertex="1">
-           <mxGeometry height="55" width="310" x="-970" y="30" as="geometry" />
+           <mxGeometry height="55" width="310" x="-675" y="-45" as="geometry" />
        </mxCell>
        <mxCell id="cKu8MT6L8Fp_BZaxLZj7-2" edge="1" parent="1" source="cKu8MT6L8Fp_BZaxLZj7-1" style="edgeStyle=none;endArrow=none;exitX=0.5;exitY=1;dashed=1;html=1;rounded=0;entryX=0.5;entryY=0;entryDx=0;entryDy=0;exitDx=0;exitDy=0;exitPerimeter=0;" target="QUzsFoNl6aFI_2ed8XXq-104" value="">
          <mxGeometry relative="1" x="1" as="geometry">
-             <mxPoint x="410" y="300" as="sourcePoint" />
-             <mxPoint x="500" y="507" as="targetPoint" />
-           </mxGeometry>
-         </mxCell>
-         <mxCell id="cKu8MT6L8Fp_BZaxLZj7-4" edge="1" parent="1" source="cKu8MT6L8Fp_BZaxLZj7-3" style="edgeStyle=orthogonalEdgeStyle;rounded=0;orthogonalLoop=1;jettySize=auto;html=1;dashed=1;" target="QUzsFoNl6aFI_2ed8XXq-33">
-           <mxGeometry relative="1" as="geometry">
-             <Array as="points">
-               <mxPoint x="-670" y="360" />
-               <mxPoint x="-670" y="360" />
-             </Array>
-             <mxPoint x="-630" y="360" as="targetPoint" />
-           </mxGeometry>
-         </mxCell>
-         <mxCell id="cKu8MT6L8Fp_BZaxLZj7-3" parent="1" style="ellipse;shape=doubleEllipse;whiteSpace=wrap;html=1;dashed=1;" value="Demande JIRA" vertex="1">
-           <mxGeometry height="60" width="100" x="-810" y="330" as="geometry" />
+             <mxPoint x="590" y="300" as="sourcePoint" />
+             <mxPoint x="680" y="507" as="targetPoint" />
+           </mxGeometry>
+         </mxCell>
+         <mxCell id="cKu8MT6L8Fp_BZaxLZj7-3" parent="1" style="ellipse;shape=doubleEllipse;whiteSpace=wrap;html=1;dashed=1;" value="Demande JIRA 1" vertex="1">
+           <mxGeometry height="60" width="120" x="-780" y="416.5" as="geometry" />
        </mxCell>
        <mxCell id="cKu8MT6L8Fp_BZaxLZj7-7" parent="1" style="text;html=1;whiteSpace=wrap;strokeColor=none;fillColor=none;align=center;verticalAlign=middle;rounded=0;fontColor=#0000FF;" value="&lt;font style=&quot;color: rgb(255, 0, 0);&quot;&gt;Run Tag = quelle version ?&lt;/font&gt;" vertex="1">
          <mxGeometry height="30" width="200" x="150" y="150" as="geometry" />
        </mxCell>
        <mxCell id="cKu8MT6L8Fp_BZaxLZj7-11" parent="1" style="shape=note;size=15;align=left;spacingLeft=10;html=1;whiteSpace=wrap;fillColor=#e1d5e7;strokeColor=#9673a6;" value="&lt;span style=&quot;background-color: rgb(185, 224, 165);&quot;&gt;Le nom doit etre renomé sous le format pour qu&#39;il soit capable d&#39;etre chargé:&lt;br&gt;{CD_PA}{FILE_TYPE}{SYS_APL}.MAJ_{NO_JIRA}&lt;/span&gt;&lt;div&gt;&lt;span style=&quot;background-color: rgb(185, 224, 165);&quot;&gt;par ex : FRTIER0A.MAJ_JIRA-1234&lt;/span&gt;&lt;/div&gt;" vertex="1">
-           <mxGeometry height="75" width="430" x="-1350" y="195" as="geometry" />
-         </mxCell>
-         <mxCell id="cKu8MT6L8Fp_BZaxLZj7-12" edge="1" parent="1" source="cKu8MT6L8Fp_BZaxLZj7-11" style="edgeStyle=none;endArrow=none;dashed=1;html=1;rounded=0;" target="QUzsFoNl6aFI_2ed8XXq-34" value="">
-           <mxGeometry relative="1" x="1" as="geometry">
-             <mxPoint x="-740" y="150" as="sourcePoint" />
-             <mxPoint x="-595" y="215" as="targetPoint" />
-           </mxGeometry>
+           <mxGeometry height="75" width="430" x="-1350" y="107.5" as="geometry" />
+         </mxCell>
+         <mxCell id="cKu8MT6L8Fp_BZaxLZj7-14" parent="1" style="ellipse;shape=doubleEllipse;whiteSpace=wrap;html=1;dashed=1;" value="Demande JIRA 2" vertex="1">
+           <mxGeometry height="60" width="120" x="-780" y="486.5" as="geometry" />
+         </mxCell>
+         <mxCell id="cKu8MT6L8Fp_BZaxLZj7-15" parent="1" style="ellipse;shape=doubleEllipse;whiteSpace=wrap;html=1;dashed=1;" value="Demande JIRA 3" vertex="1">
+           <mxGeometry height="60" width="122" x="-781" y="556.5" as="geometry" />
+         </mxCell>
+         <mxCell id="cKu8MT6L8Fp_BZaxLZj7-19" parent="1" style="text;html=1;whiteSpace=wrap;strokeColor=none;fillColor=none;align=center;verticalAlign=middle;rounded=0;fontSize=23;fontStyle=1" value="." vertex="1">
+           <mxGeometry height="30" width="60" x="-750" y="616.25" as="geometry" />
+         </mxCell>
+         <mxCell id="cKu8MT6L8Fp_BZaxLZj7-20" parent="1" style="text;html=1;whiteSpace=wrap;strokeColor=none;fillColor=none;align=center;verticalAlign=middle;rounded=0;fontSize=23;fontStyle=1" value="." vertex="1">
+           <mxGeometry height="30" width="60" x="-750" y="630" as="geometry" />
+         </mxCell>
+         <mxCell id="cKu8MT6L8Fp_BZaxLZj7-21" parent="1" style="text;html=1;whiteSpace=wrap;strokeColor=none;fillColor=none;align=center;verticalAlign=middle;rounded=0;fontSize=23;fontStyle=1" value="." vertex="1">
+           <mxGeometry height="30" width="60" x="-750" y="646.25" as="geometry" />
+         </mxCell>
+         <mxCell id="cKu8MT6L8Fp_BZaxLZj7-24" edge="1" parent="1" source="cKu8MT6L8Fp_BZaxLZj7-23" style="edgeStyle=orthogonalEdgeStyle;rounded=0;orthogonalLoop=1;jettySize=auto;html=1;" target="QUzsFoNl6aFI_2ed8XXq-13">
+           <mxGeometry relative="1" as="geometry">
+             <Array as="points">
+               <mxPoint x="120" y="220" />
+               <mxPoint x="120" y="220" />
+             </Array>
+           </mxGeometry>
+         </mxCell>
+         <mxCell id="cKu8MT6L8Fp_BZaxLZj7-23" parent="1" style="ellipse;shape=doubleEllipse;whiteSpace=wrap;html=1;" value="Demande JIRA 1&lt;div&gt;(recharge fichier)&lt;/div&gt;" vertex="1">
+           <mxGeometry height="60" width="160" x="-850" y="190" as="geometry" />
+         </mxCell>
+         <mxCell id="cKu8MT6L8Fp_BZaxLZj7-25" edge="1" parent="1" source="cKu8MT6L8Fp_BZaxLZj7-11" style="edgeStyle=none;endArrow=none;exitX=0;exitY=0;dashed=1;html=1;rounded=0;exitDx=430;exitDy=45;exitPerimeter=0;" target="cKu8MT6L8Fp_BZaxLZj7-23" value="">
+           <mxGeometry relative="1" x="1" as="geometry">
+             <mxPoint x="-520" y="10" as="sourcePoint" />
+             <mxPoint x="-490" y="150" as="targetPoint" />
+           </mxGeometry>
+         </mxCell>
+         <mxCell id="cKu8MT6L8Fp_BZaxLZj7-26" edge="1" parent="1" source="cKu8MT6L8Fp_BZaxLZj7-11" style="edgeStyle=none;endArrow=none;exitX=0;exitY=0;dashed=1;html=1;rounded=0;exitDx=430;exitDy=45;exitPerimeter=0;entryX=0;entryY=0.5;entryDx=0;entryDy=0;" target="QUzsFoNl6aFI_2ed8XXq-34" value="">
+           <mxGeometry relative="1" x="1" as="geometry">
+             <mxPoint x="-900" y="200" as="sourcePoint" />
+             <mxPoint x="-801" y="244" as="targetPoint" />
+           </mxGeometry>
+         </mxCell>
+         <mxCell id="cKu8MT6L8Fp_BZaxLZj7-27" parent="1" style="text;html=1;whiteSpace=wrap;strokeColor=none;fillColor=none;align=center;verticalAlign=middle;rounded=0;fontSize=23;fontStyle=1" value="." vertex="1">
+           <mxGeometry height="30" width="60" x="-800" y="305" as="geometry" />
+         </mxCell>
+         <mxCell id="cKu8MT6L8Fp_BZaxLZj7-28" parent="1" style="text;html=1;whiteSpace=wrap;strokeColor=none;fillColor=none;align=center;verticalAlign=middle;rounded=0;fontSize=23;fontStyle=1" value="." vertex="1">
+           <mxGeometry height="30" width="60" x="-800" y="335" as="geometry" />
+         </mxCell>
+         <mxCell id="cKu8MT6L8Fp_BZaxLZj7-29" parent="1" style="text;html=1;whiteSpace=wrap;strokeColor=none;fillColor=none;align=center;verticalAlign=middle;rounded=0;fontSize=23;fontStyle=1" value="." vertex="1">
+           <mxGeometry height="30" width="60" x="-800" y="318.5" as="geometry" />
        </mxCell>
      </root>
    </mxGraphModel>
  </diagram>
</mxfile>
